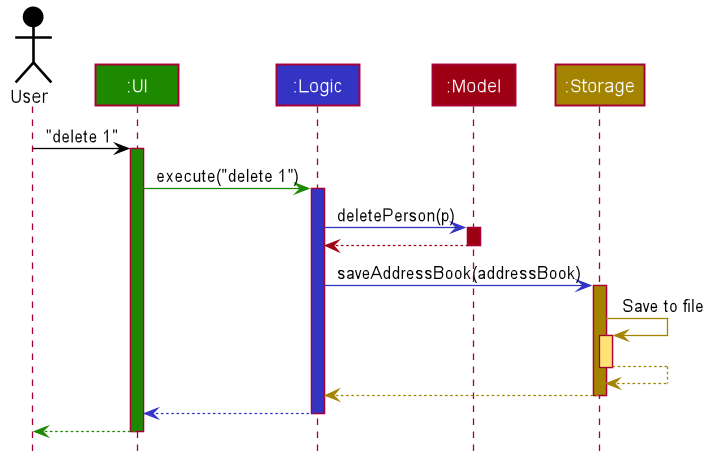
This is docs/images/ArchitectureSequenceDiagram.png from nus-cs2103-AY2122S1/tp, a PlantUML export, as it was before one commit.
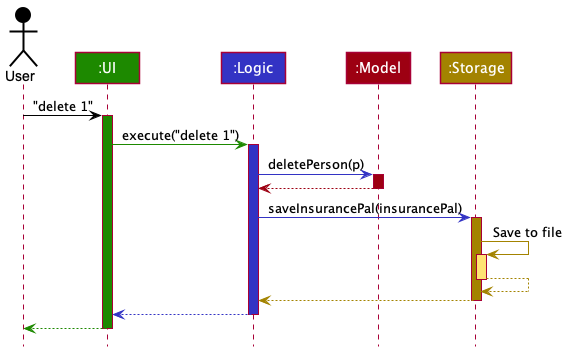
Later version of the same file.

The edit, as a diff of the source:
```diff
@@ -1,85 +1,38 @@
 @startuml
+!include style.puml
 
+Actor User as user USER_COLOR
+Participant ":UI" as ui UI_COLOR
+Participant ":Logic" as logic LOGIC_COLOR
+Participant ":Model" as model MODEL_COLOR
+Participant ":Storage" as storage STORAGE_COLOR
 
+user -[USER_COLOR]> ui : "delete 1"
+activate ui UI_COLOR
 
+ui -[UI_COLOR]> logic : execute("delete 1")
+activate logic LOGIC_COLOR
 
+logic -[LOGIC_COLOR]> model : deletePerson(p)
+activate model MODEL_COLOR
 
-
-
-
-skinparam BackgroundColor #FFFFFFF
-
-skinparam Shadowing false
-
-skinparam Class {
-    FontColor #FFFFFF
-    BorderThickness 1
-    BorderColor #FFFFFF
-    StereotypeFontColor #FFFFFF
-    FontName Arial
-}
-
-skinparam Actor {
-    BorderColor #000000
-    Color #000000
-    FontName Arial
-}
-
-skinparam Sequence {
-    MessageAlign center
-    BoxFontSize 15
-    BoxPadding 0
-    BoxFontColor #FFFFFF
-    FontName Arial
-}
-
-skinparam Participant {
-    FontColor #FFFFFFF
-    Padding 20
-}
-
-skinparam MinClassWidth 50
-skinparam ParticipantPadding 10
-skinparam Shadowing false
-skinparam DefaultTextAlignment center
-skinparam packageStyle Rectangle
-
-hide footbox
-hide members
-hide circle
-
-Actor User as user #000000
-Participant ":UI" as ui #1D8900
-Participant ":Logic" as logic #3333C4
-Participant ":Model" as model #9D0012
-Participant ":Storage" as storage #A38300
-
-user -[#000000]> ui : "delete 1"
-activate ui #1D8900
-
-ui -[#1D8900]> logic : execute("delete 1")
-activate logic #3333C4
-
-logic -[#3333C4]> model : deletePerson(p)
-activate model #9D0012
-
-model -[#9D0012]-> logic
+model -[MODEL_COLOR]-> logic
 deactivate model
 
-logic -[#3333C4]> storage : saveAddressBook(addressBook)
-activate storage #A38300
+logic -[LOGIC_COLOR]> storage : saveInsurancePal(insurancePal)
+activate storage STORAGE_COLOR
 
-storage -[#A38300]> storage : Save to file
-activate storage #FFE374
-storage --[#A38300]> storage
+storage -[STORAGE_COLOR]> storage : Save to file
+activate storage STORAGE_COLOR_T1
+storage --[STORAGE_COLOR]> storage
 deactivate storage
 
-storage --[#A38300]> logic
+storage --[STORAGE_COLOR]> logic
 deactivate storage
 
-logic --[#3333C4]> ui
+logic --[LOGIC_COLOR]> ui
 deactivate logic
 
-ui--[#1D8900]> user
+ui--[UI_COLOR]> user
 deactivate ui
 @enduml
```
